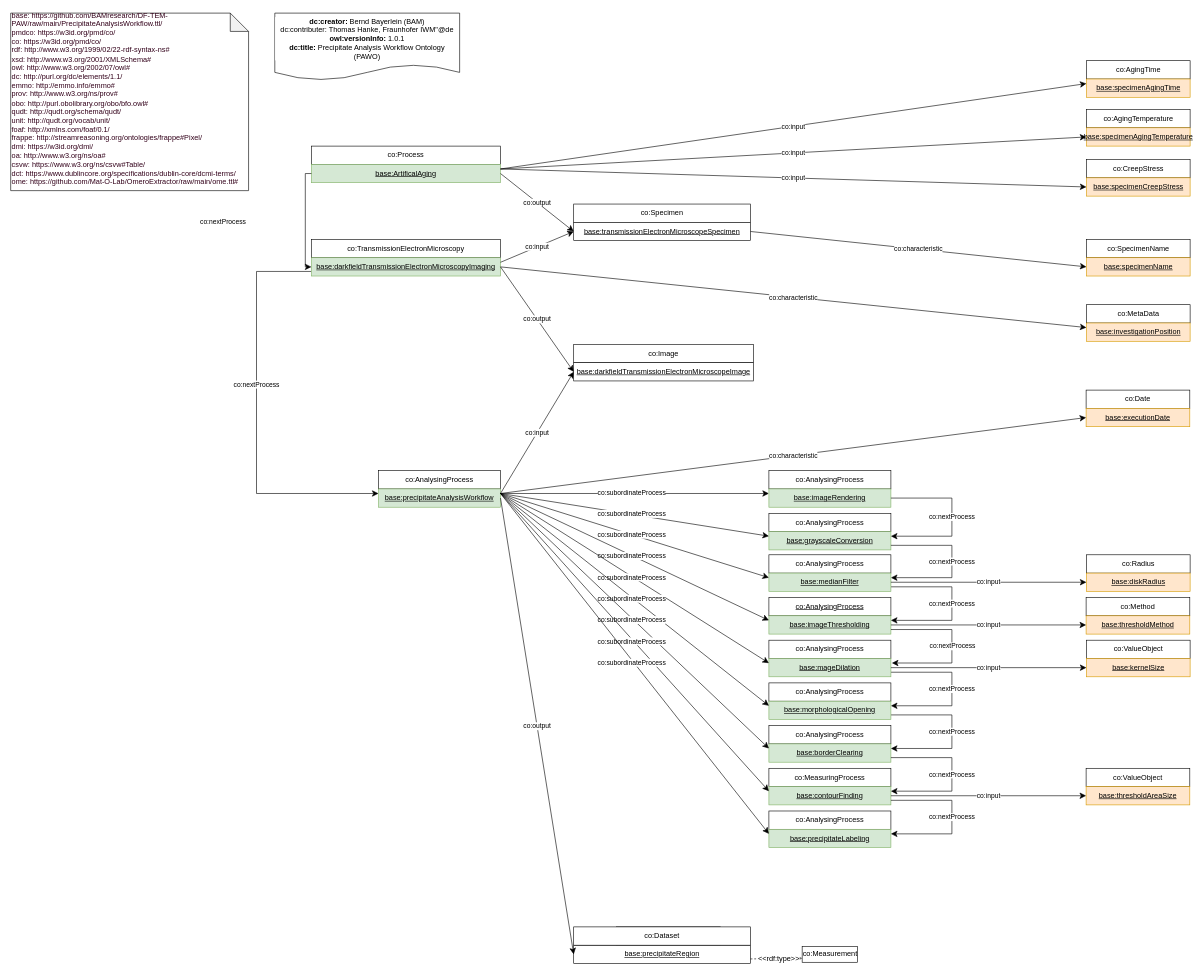
Above: page "PAW" (1 of 2) of PrecipitateAnalysisWorkflow.drawio in BAMresearch/DF-TEM-PAW (draw.io), before the change. Source tidied: cells renumbered, new cells numbered last; positions are measured from the earlier drawing's top-left corner, leaving out a move shared by most shapes. Both pictures are drawn from the tidied source at 61%, with x=0, y=0 at pixel (10, 13).
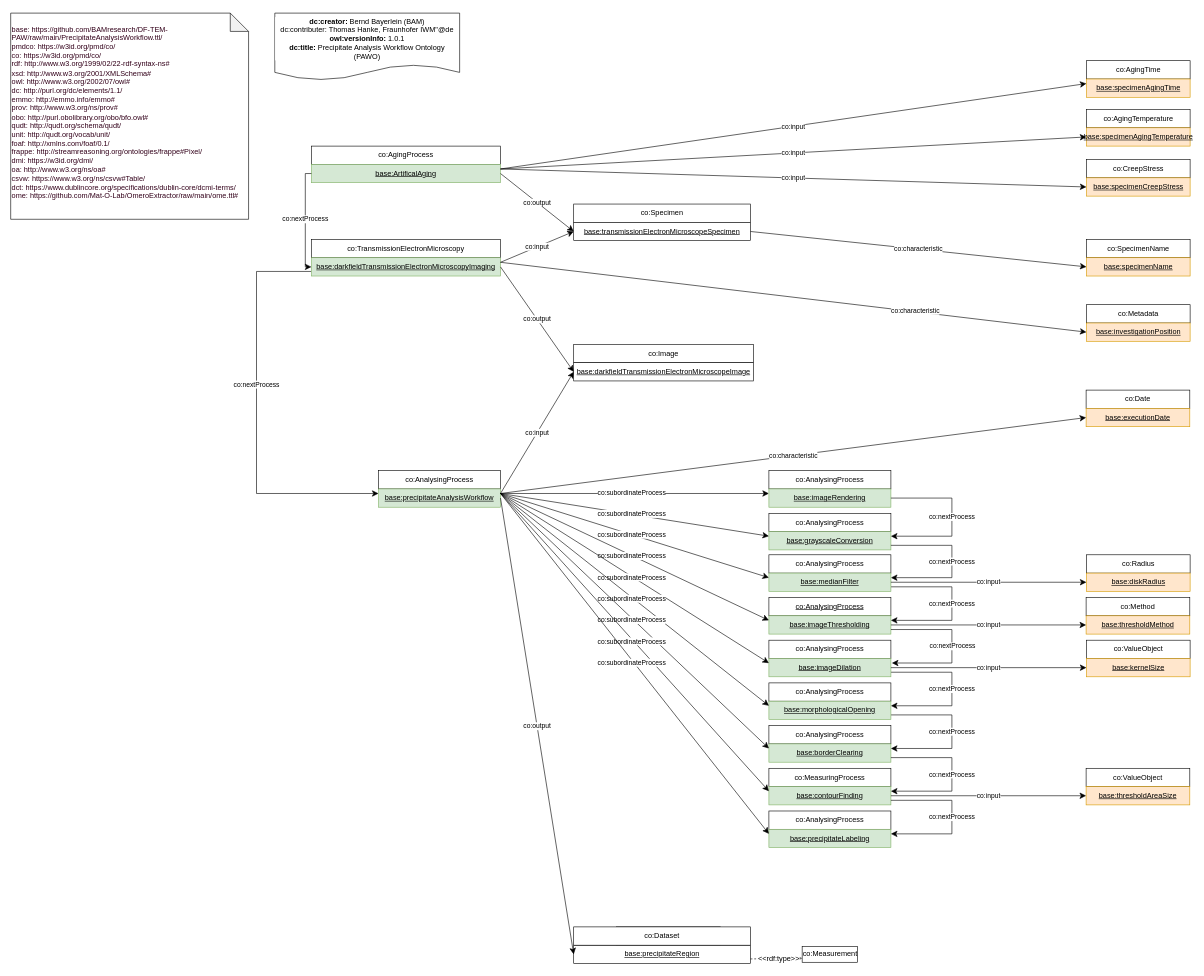
The same diagram, later.

The change refers to these unchanged cells:
```xml
<mxCell id="4" value="&lt;u style=&quot;text-align: left&quot;&gt;base:precipitateAnalysisWorkflow&lt;/u&gt;" style="rounded=0;whiteSpace=wrap;html=1;snapToPoint=1;fillColor=#d5e8d4;strokeColor=#82b366;" parent="1" vertex="1">
  <mxGeometry x="603" y="780" width="200" height="30" as="geometry" />
</mxCell>
<mxCell id="54" value="&lt;u&gt;base:transmissionElectronMicroscopeSpecimen&lt;/u&gt;" style="rounded=0;whiteSpace=wrap;html=1;snapToPoint=1;" parent="1" vertex="1">
  <mxGeometry x="923" y="343" width="290" height="30" as="geometry" />
</mxCell>
<mxCell id="57" value="&lt;u style=&quot;text-align: left&quot;&gt;base:darkfieldTransmissionElectronMicroscopyImaging&lt;/u&gt;" style="rounded=0;whiteSpace=wrap;html=1;snapToPoint=1;fillColor=#d5e8d4;strokeColor=#82b366;" parent="1" vertex="1">
  <mxGeometry x="493" y="401" width="310" height="30" as="geometry" />
</mxCell>
<mxCell id="59" value="&lt;u style=&quot;text-align: left&quot;&gt;base:specimenName&lt;/u&gt;" style="rounded=0;whiteSpace=wrap;html=1;snapToPoint=1;fillColor=#ffe6cc;strokeColor=#d79b00;" parent="1" vertex="1">
  <mxGeometry x="1763.5" y="401" width="170" height="30" as="geometry" />
</mxCell>
<mxCell id="68" value="&lt;u style=&quot;text-align: left&quot;&gt;base:ArtificalAging&lt;br&gt;&lt;/u&gt;" style="rounded=0;whiteSpace=wrap;html=1;snapToPoint=1;fillColor=#d5e8d4;strokeColor=#82b366;" parent="1" vertex="1">
  <mxGeometry x="493" y="248" width="310" height="30" as="geometry" />
</mxCell>
<mxCell id="72" value="&lt;u style=&quot;text-align: left&quot;&gt;base:investigationPosition&lt;/u&gt;" style="rounded=0;whiteSpace=wrap;html=1;snapToPoint=1;fillColor=#ffe6cc;strokeColor=#d79b00;" parent="1" vertex="1">
  <mxGeometry x="1763.5" y="508" width="170" height="30" as="geometry" />
</mxCell>
<mxCell id="74" value="&lt;u style=&quot;text-align: left&quot;&gt;base:executionDate&lt;/u&gt;" style="rounded=0;whiteSpace=wrap;html=1;snapToPoint=1;fillColor=#ffe6cc;strokeColor=#d79b00;" parent="1" vertex="1">
  <mxGeometry x="1763" y="648" width="170" height="30" as="geometry" />
</mxCell>
```

What changed in the source:
```diff
@@
-    <mxCell id="36" value="&lt;u&gt;base:mageDilation&lt;/u&gt;" style="rounded=0;whiteSpace=wrap;html=1;snapToPoint=1;fillColor=#d5e8d4;strokeColor=#82b366;" parent="1" vertex="1">
+    <mxCell id="36" value="&lt;u&gt;base:imageDilation&lt;/u&gt;" style="rounded=0;whiteSpace=wrap;html=1;snapToPoint=1;fillColor=#d5e8d4;strokeColor=#82b366;" parent="1" vertex="1">
       <mxGeometry x="1243" y="1058" width="200" height="30" as="geometry" />
     </mxCell>
@@
     <mxCell id="55" value="&lt;div&gt;&lt;div&gt;base: https://github.com/BAMresearch/DF-TEM-PAW/raw/main/PrecipitateAnalysisWorkflow.ttl/&lt;/div&gt;&lt;div&gt;pmdco: https://w3id.org/pmd/co/&lt;/div&gt;&lt;div&gt;co: https://w3id.org/pmd/co/&lt;/div&gt;&lt;div&gt;rdf: http://www.w3.org/1999/02/22-rdf-syntax-ns#&lt;/div&gt;&lt;div&gt;&lt;span&gt;xsd: http://www.w3.org/2001/XMLSchema#&lt;/span&gt;&lt;br&gt;&lt;/div&gt;&lt;div&gt;owl: http://www.w3.org/2002/07/owl#&lt;/div&gt;&lt;div&gt;dc: http://purl.org/dc/elements/1.1/&lt;/div&gt;&lt;div&gt;emmo: http://emmo.info/emmo#&lt;/div&gt;&lt;div&gt;prov: http://www.w3.org/ns/prov#&lt;/div&gt;&lt;div&gt;obo: http://purl.obolibrary.org/obo/bfo.owl#&lt;/div&gt;&lt;div&gt;qudt: http://qudt.org/schema/qudt/&lt;/div&gt;&lt;div&gt;unit: http://qudt.org/vocab/unit/&lt;/div&gt;&lt;div&gt;foaf: http://xmlns.com/foaf/0.1/&lt;br&gt;frappe: http://streamreasoning.org/ontologies/frappe#Pixel/&lt;br&gt;&lt;/div&gt;&lt;/div&gt;&lt;div&gt;dmi: https://w3id.org/dmi/&lt;br&gt;&lt;/div&gt;&lt;div&gt;oa:&amp;nbsp;&lt;span&gt;http://www.w3.org/ns/oa#&lt;/span&gt;&lt;/div&gt;&lt;div&gt;&lt;span&gt;csvw: https://www.w3.org/ns/csvw#Table/&lt;br&gt;&lt;/span&gt;&lt;/div&gt;&lt;div&gt;&lt;span&gt;dct: https://www.dublincore.org/specifications/dublin-core/dcmi-terms/&lt;br&gt;&lt;/span&gt;&lt;/div&gt;&lt;div&gt;&lt;span&gt;ome:&amp;nbsp;&lt;/span&gt;&lt;span&gt;https://github.com/Mat-O-Lab/OmeroExtractor/raw/main/ome.ttl#&lt;/span&gt;&lt;/div&gt;&lt;p class=&quot;MsoNormal&quot;&gt;&lt;/p&gt;" style="shape=note;whiteSpace=wrap;html=1;backgroundOutline=1;darkOpacity=0.05;fontColor=#33001A;strokeColor=#000000;align=left;" parent="1" vertex="1">
-      <mxGeometry width="390" height="291" as="geometry" />
+      <mxGeometry width="390" height="338" as="geometry" />
     </mxCell>
@@
-    <mxCell id="67" value="co:Process" style="rounded=0;whiteSpace=wrap;html=1;fillColor=#FFFFFF;" parent="1" vertex="1">
+    <mxCell id="67" value="co:AgingProcess" style="rounded=0;whiteSpace=wrap;html=1;fillColor=#FFFFFF;" parent="1" vertex="1">
       <mxGeometry x="493" y="218" width="310" height="30" as="geometry" />
     </mxCell>
@@
     <mxCell id="69" value="co:nextProcess" style="endArrow=classic;html=1;endSize=8;arcSize=0;fillColor=#FFFFFF;exitX=0;exitY=0.5;exitDx=0;exitDy=0;edgeStyle=orthogonalEdgeStyle;entryX=0;entryY=0.5;entryDx=0;entryDy=0;" parent="1" edge="1" source="68" target="57">
-      <mxGeometry x="10" y="10" as="geometry">
-        <mxPoint x="-145" y="3" as="offset" />
+      <mxGeometry as="geometry">
+        <mxPoint x="-10" y="-2" as="offset" />
       </mxGeometry>
     </mxCell>
-    <mxCell id="70" value="co:characteristic" style="endArrow=classic;html=1;endSize=8;arcSize=0;fillColor=#FFFFFF;exitX=1;exitY=0.5;exitDx=0;exitDy=0;entryX=0;entryY=0.25;entryDx=0;entryDy=0;" parent="1" edge="1" source="57" target="72">
-      <mxGeometry x="2766.5" y="-316.3" as="geometry" />
-    </mxCell>
-    <mxCell id="71" value="co:MetaData" style="rounded=0;whiteSpace=wrap;html=1;fillColor=#FFFFFF;" parent="1" vertex="1">
+    <mxCell id="71" value="co:Metadata" style="rounded=0;whiteSpace=wrap;html=1;fillColor=#FFFFFF;" parent="1" vertex="1">
       <mxGeometry x="1763.5" y="478" width="170" height="30" as="geometry" />
     </mxCell>
@@
-    <mxCell id="78" value="co:characteristic" style="endArrow=classic;html=1;exitX=1;exitY=0.5;exitDx=0;exitDy=0;entryX=0;entryY=0.5;entryDx=0;entryDy=0;endSize=8;arcSize=0;" parent="1" edge="1" source="54" target="59">
+    <mxCell id="78" value="co:characteristic" style="endArrow=classic;html=1;exitX=1;exitY=0.5;exitDx=0;exitDy=0;entryX=0;entryY=0.5;entryDx=0;entryDy=0;endSize=8;arcSize=0;fillColor=#FFFFFF;" parent="1" edge="1" source="54" target="59">
       <mxGeometry x="251.5" y="241.8" as="geometry" />
     </mxCell>
-    <mxCell id="79" value="co:characteristic" style="endArrow=classic;html=1;endSize=8;arcSize=0;fillColor=#FFFFFF;exitX=1;exitY=0.25;exitDx=0;exitDy=0;entryX=0;entryY=0.5;entryDx=0;entryDy=0;" parent="1" edge="1" source="4" target="74">
-      <mxGeometry x="2776.5" y="-306.3" as="geometry" />
-    </mxCell>
@@
+    <mxCell id="70" value="co:characteristic" style="endArrow=classic;html=1;endSize=8;arcSize=0;exitX=1;exitY=0.25;exitDx=0;exitDy=0;entryX=0;entryY=0.5;entryDx=0;entryDy=0;" parent="1" edge="1" source="57" target="72">
+      <mxGeometry as="geometry">
+        <mxPoint x="200" y="22" as="offset" />
+      </mxGeometry>
+    </mxCell>
+    <mxCell id="79" value="co:characteristic" style="endArrow=classic;html=1;exitX=1;exitY=0.25;exitDx=0;exitDy=0;entryX=0;entryY=0.5;entryDx=0;entryDy=0;endSize=8;arcSize=0;" parent="1" edge="1" source="4" target="74">
+      <mxGeometry x="834" y="276" as="geometry" />
+    </mxCell>
```
